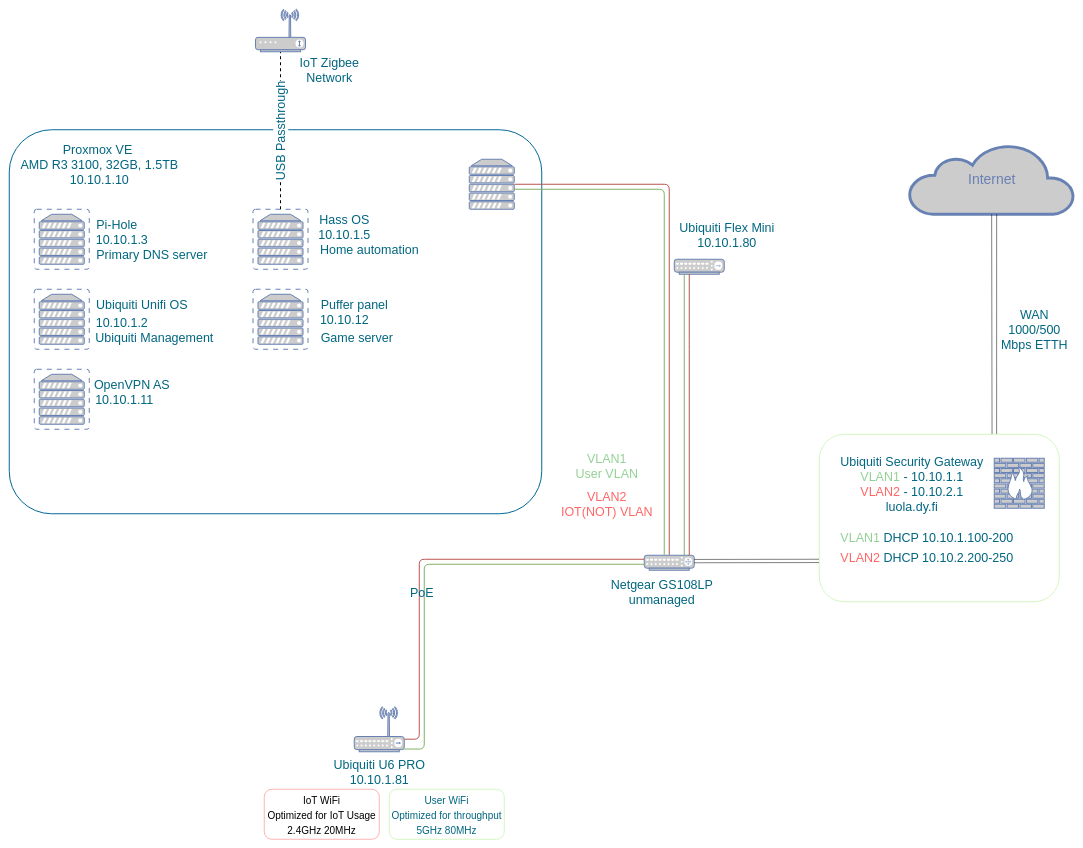
Earlier version of the draw.io diagram network.drawio (Vili-B/HomeLab). Source tidied: cells renumbered, new cells numbered last; positions are measured from the earlier drawing's top-left corner, leaving out a move shared by most shapes. Both pictures are drawn from the tidied source at 50%, with x=0, y=0 at pixel (9, 9).
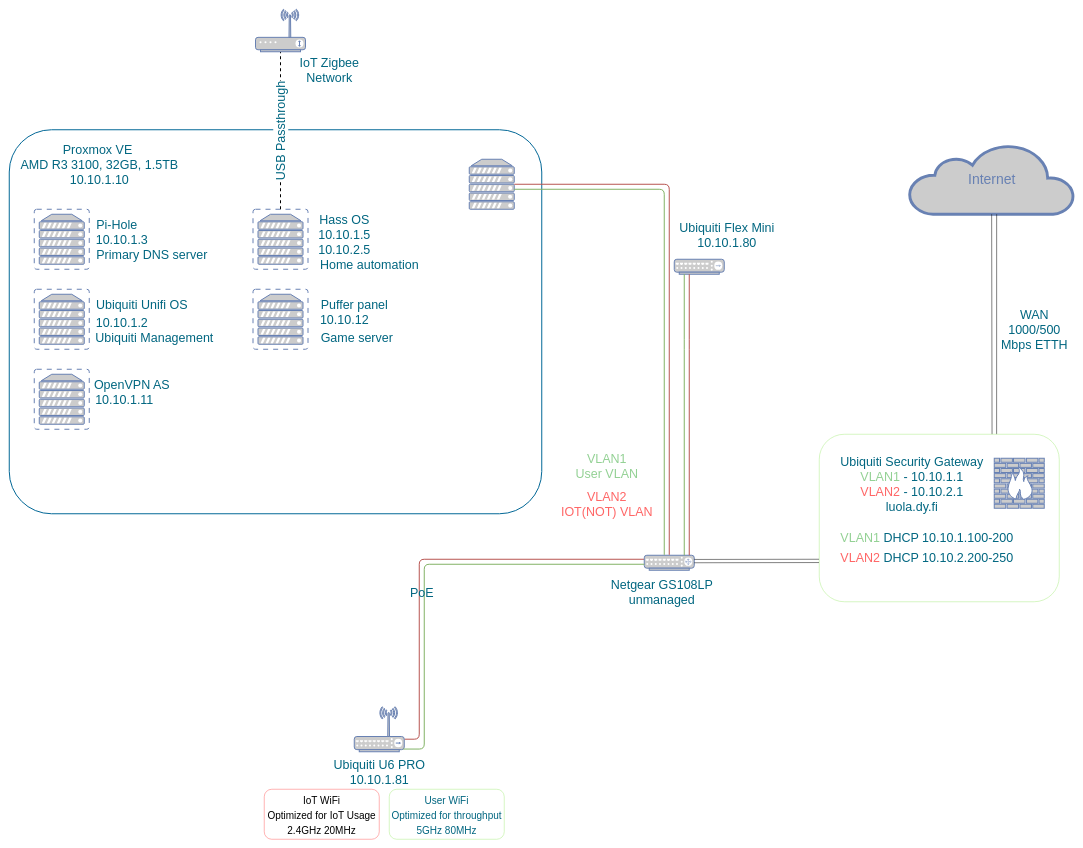
The same diagram, later.

The edit, as a diff of the source:
```diff
@@
-    <mxCell id="47" value="10.10.1.5" style="text;html=1;align=center;verticalAlign=middle;strokeColor=none;fillColor=none;fontSize=25;fontColor=#006680;" parent="1" vertex="1">
-      <mxGeometry x="605" y="430" width="130" height="40" as="geometry" />
+    <mxCell id="47" value="10.10.1.5&lt;br&gt;10.10.2.5" style="text;html=1;align=center;verticalAlign=middle;strokeColor=none;fillColor=none;fontSize=25;fontColor=#006680;" parent="1" vertex="1">
+      <mxGeometry x="605" y="430" width="130" height="70" as="geometry" />
     </mxCell>
@@
     <mxCell id="54" value="Home automation" style="text;html=1;align=center;verticalAlign=middle;strokeColor=none;fillColor=none;fontSize=25;fontColor=#006680;" parent="1" vertex="1">
-      <mxGeometry x="610" y="460" width="220" height="40" as="geometry" />
+      <mxGeometry x="610" y="490" width="220" height="40" as="geometry" />
     </mxCell>
```
